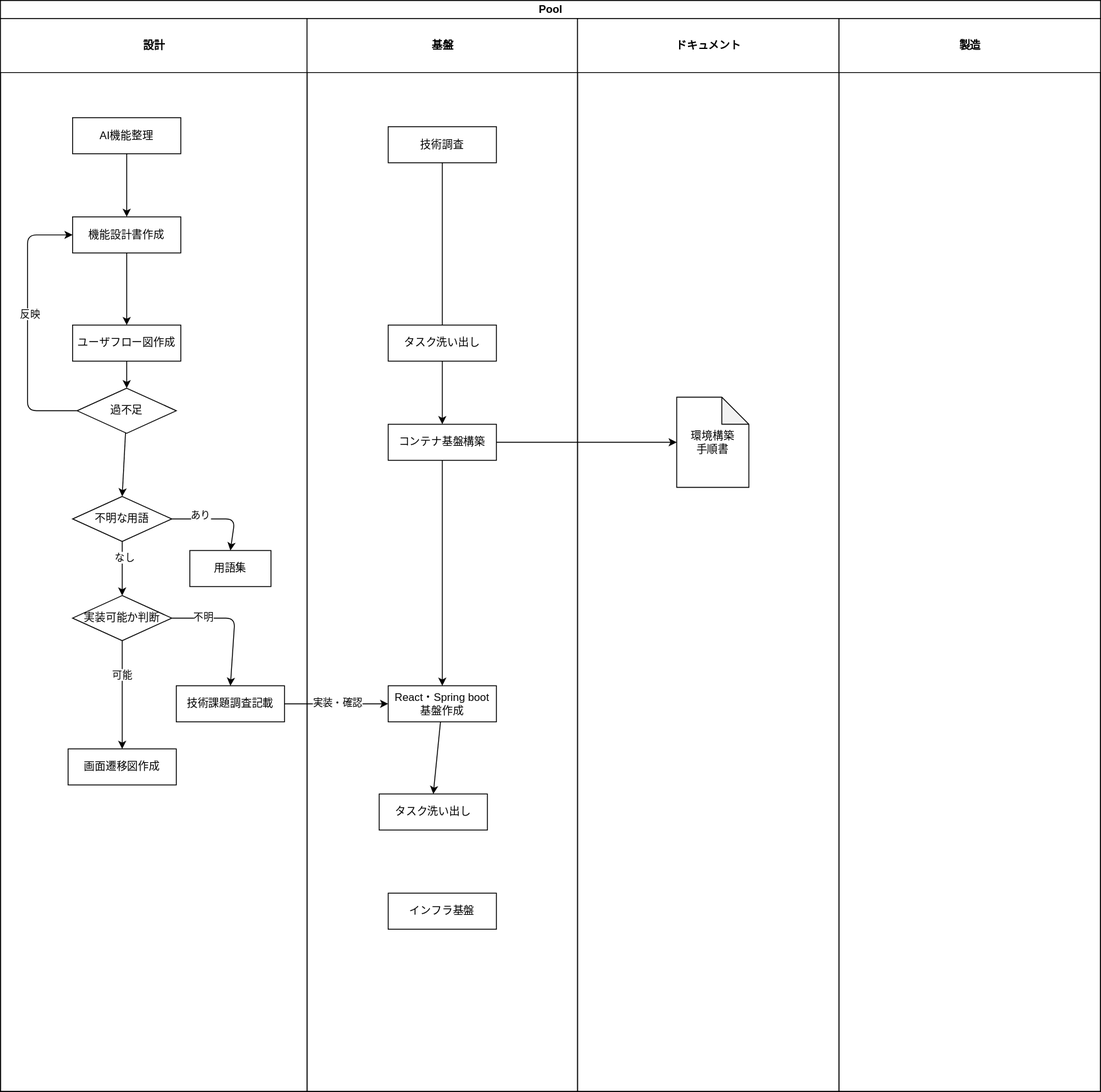
Above: ①要件/計画書/images/schedule.drawio.svg in FujiJPProject/MusicflowsDocument (draw.io), before the change. Source tidied: cells renumbered, new cells last; positions are measured from the earlier drawing's top-left corner, leaving out a move shared by most shapes.
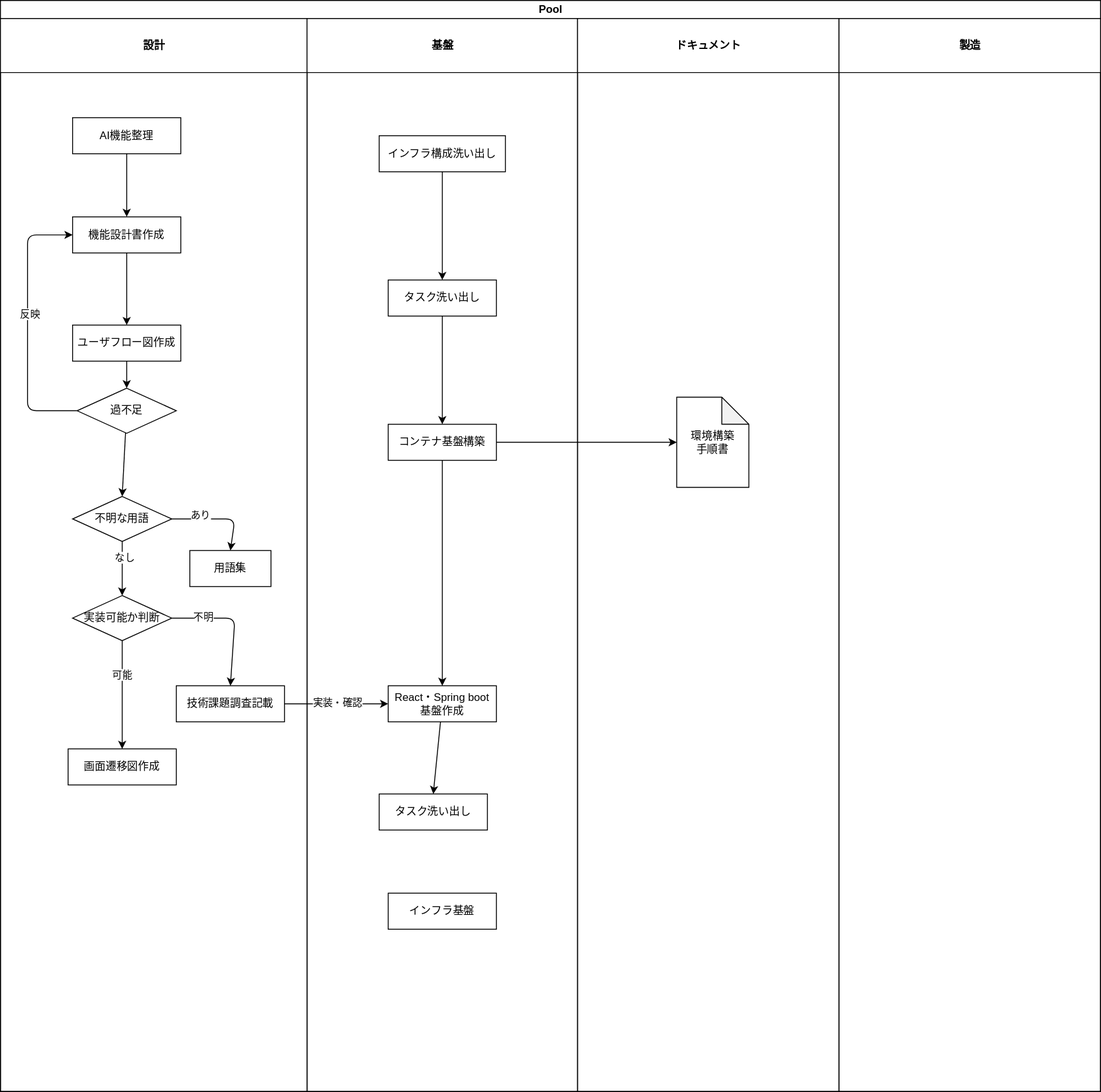
After the change.

What changed in the source:
```diff
@@ -14,9 +14,15 @@
     <mxCell id="5" value="基盤" style="swimlane;startSize=60;html=1;" parent="2" vertex="1">
       <mxGeometry x="340" y="20" width="300" height="1190" as="geometry" />
     </mxCell>
-    <mxCell id="6" value="技術調査" style="rounded=0;whiteSpace=wrap;html=1;" parent="5" vertex="1">
-      <mxGeometry x="90" y="120" width="120" height="40" as="geometry" />
-    </mxCell>
+    <mxCell id="44" value="インフラ構成洗い出し" style="rounded=0;whiteSpace=wrap;html=1;" parent="5" vertex="1">
+      <mxGeometry x="80" y="130" width="140" height="40" as="geometry" />
+    </mxCell>
+    <mxCell id="36" value="タスク洗い出し" style="rounded=0;whiteSpace=wrap;html=1;" parent="5" vertex="1">
+      <mxGeometry x="90" y="290" width="120" height="40" as="geometry" />
+    </mxCell>
+    <mxCell id="45" style="edgeStyle=none;html=1;" parent="5" edge="1" source="44" target="36">
+      <mxGeometry relative="1" as="geometry" />
+    </mxCell>
     <mxCell id="7" value="ドキュメント" style="swimlane;startSize=60;html=1;" parent="2" vertex="1">
       <mxGeometry x="640" y="20" width="290" height="1190" as="geometry" />
     </mxCell>
@@ -110,20 +116,9 @@
     <mxCell id="32" value="React・Spring boot&lt;div&gt;基盤作成&lt;/div&gt;" style="rounded=0;whiteSpace=wrap;html=1;" parent="7" vertex="1">
       <mxGeometry x="-210" y="740" width="120" height="40" as="geometry" />
     </mxCell>
-    <mxCell id="33" style="edgeStyle=none;html=1;" parent="7" edge="1" source="6">
-      <mxGeometry relative="1" as="geometry">
-        <mxPoint x="-150" y="350" as="targetPoint" />
-      </mxGeometry>
-    </mxCell>
     <mxCell id="34" value="タスク洗い出し" style="rounded=0;whiteSpace=wrap;html=1;" parent="7" vertex="1">
       <mxGeometry x="-220" y="860" width="120" height="40" as="geometry" />
     </mxCell>
-    <mxCell id="35" style="edgeStyle=none;html=1;entryX=0.5;entryY=0;entryDx=0;entryDy=0;" parent="7" edge="1" source="36" target="30">
-      <mxGeometry relative="1" as="geometry" />
-    </mxCell>
-    <mxCell id="36" value="タスク洗い出し" style="rounded=0;whiteSpace=wrap;html=1;" parent="7" vertex="1">
-      <mxGeometry x="-210" y="340" width="120" height="40" as="geometry" />
-    </mxCell>
     <mxCell id="37" value="インフラ基盤" style="rounded=0;whiteSpace=wrap;html=1;" parent="7" vertex="1">
       <mxGeometry x="-210" y="970" width="120" height="40" as="geometry" />
     </mxCell>
@@ -147,5 +142,8 @@
     <mxCell id="43" style="edgeStyle=none;html=1;" parent="2" edge="1" source="4" target="9">
       <mxGeometry relative="1" as="geometry" />
     </mxCell>
+    <mxCell id="35" style="edgeStyle=none;html=1;entryX=0.5;entryY=0;entryDx=0;entryDy=0;" parent="2" edge="1" source="36" target="30">
+      <mxGeometry relative="1" as="geometry" />
+    </mxCell>
   </root>
 </mxGraphModel>
```
